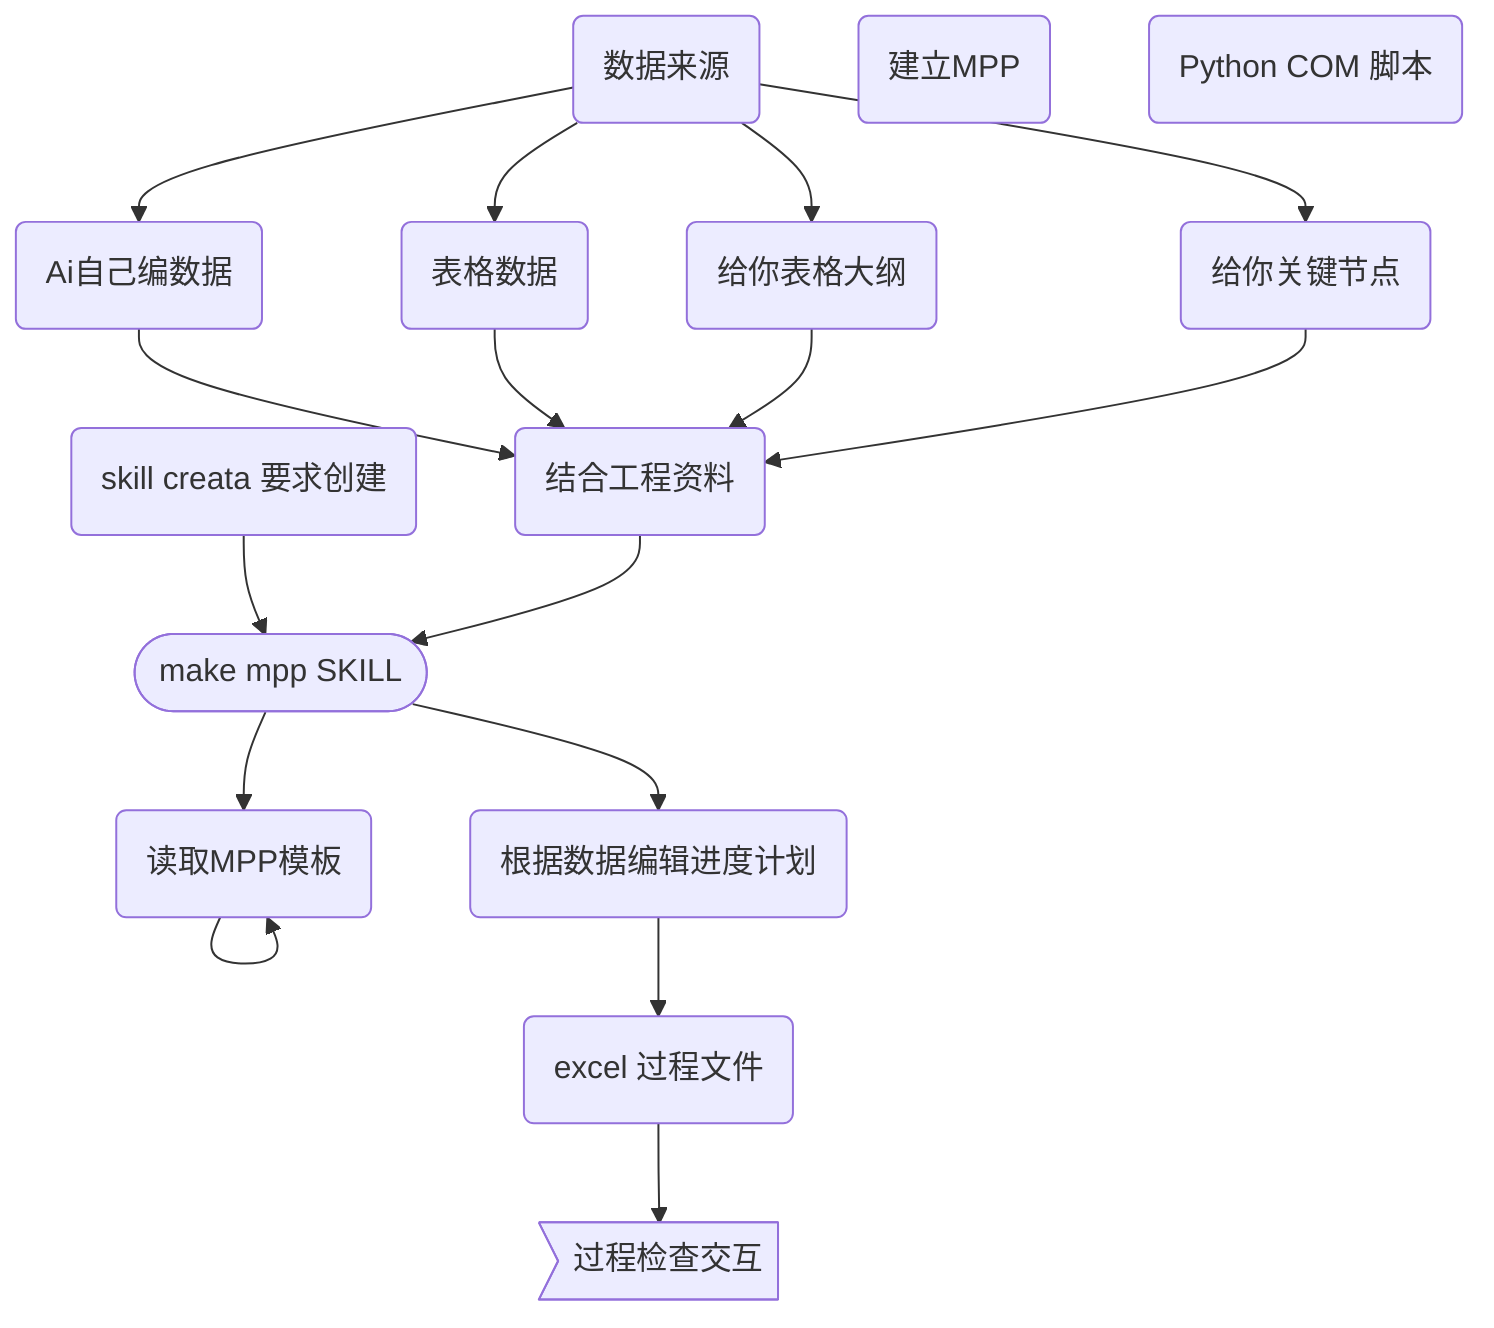
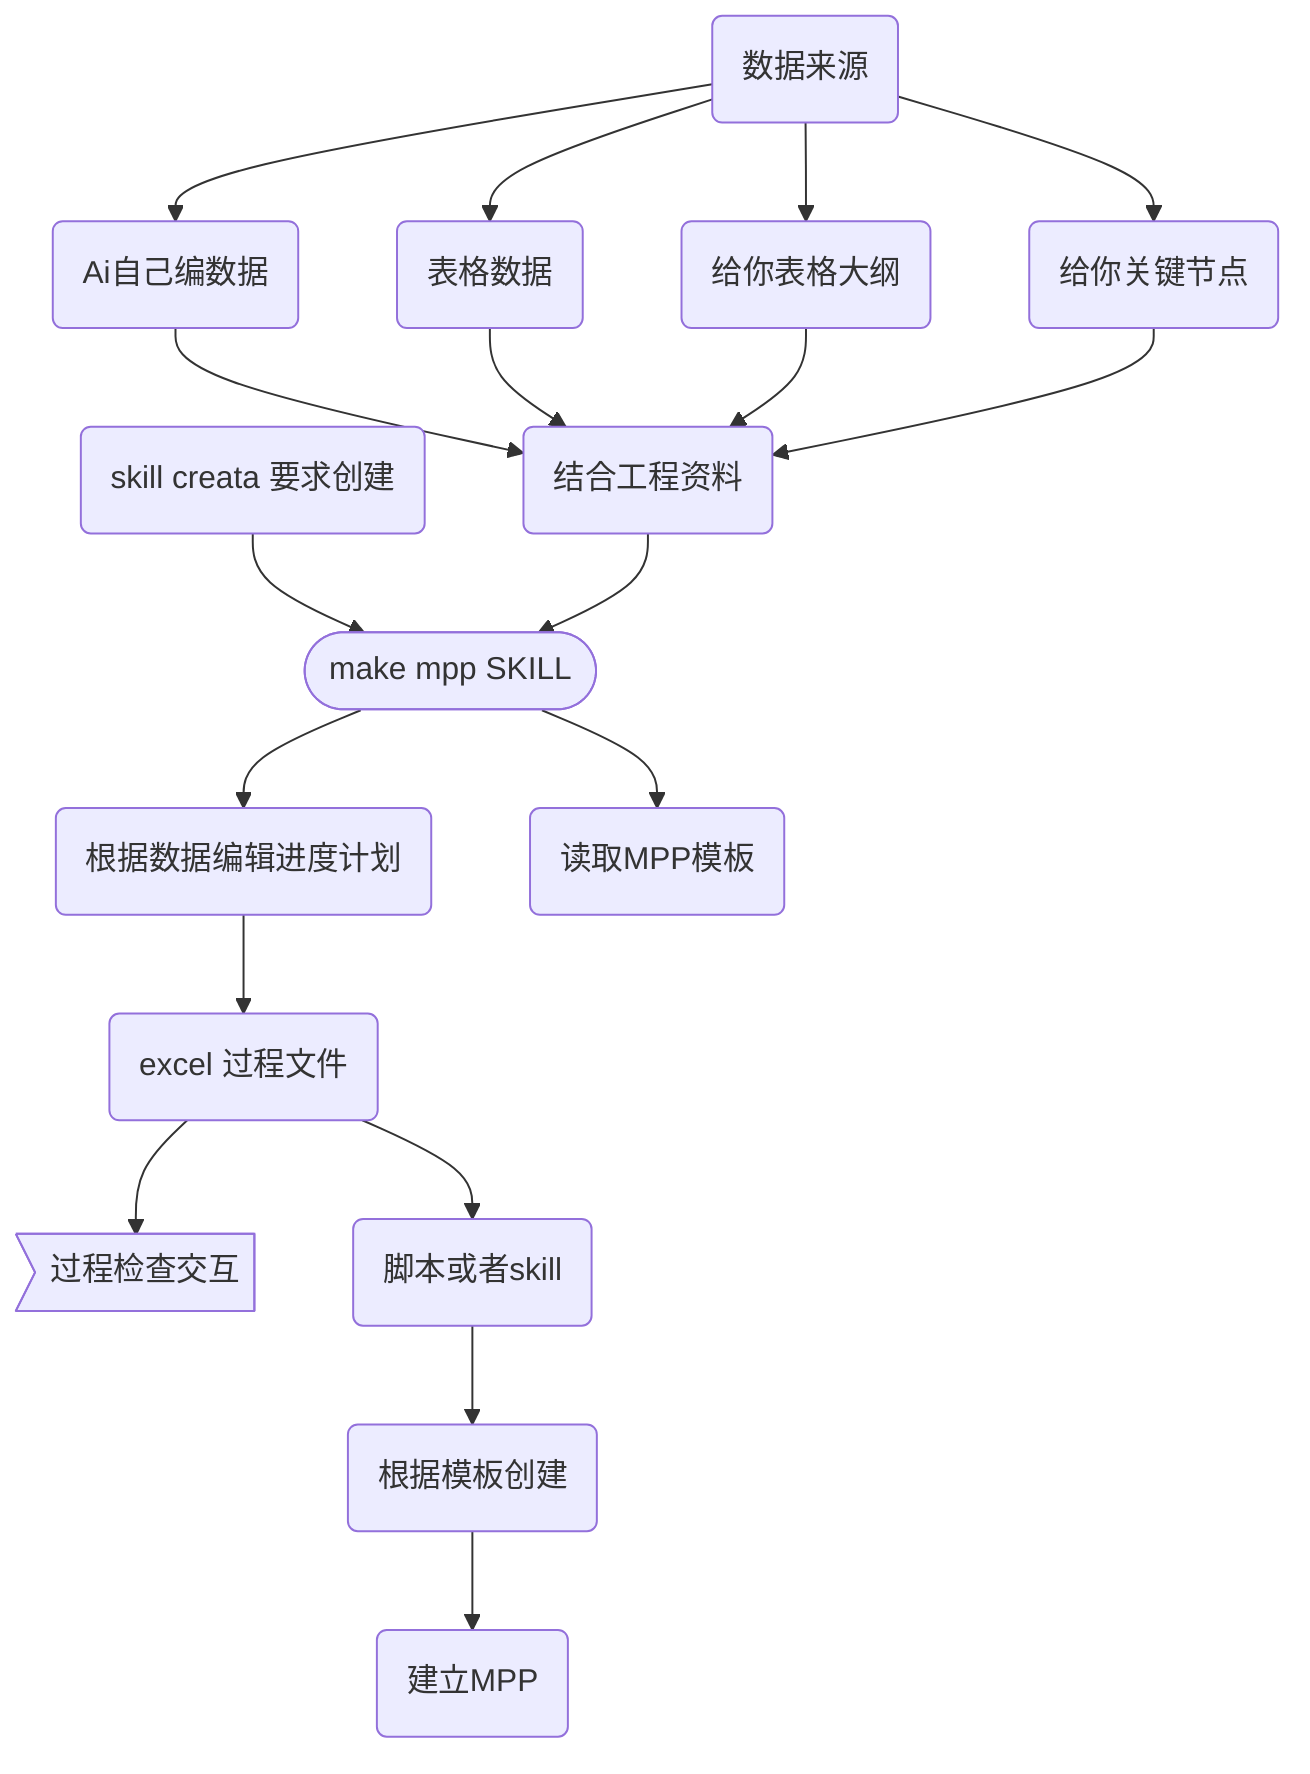
flowchart TD
  n_0(["make mpp SKILL"])
  n_1("数据来源")
  n_2("skill  creata 要求创建")
  n_3("Ai自己编数据")
  n_4("表格数据")
  n_5("建立MPP")
-   n_6("读取MPP模板")
-   n_7("给你表格大纲")
-   n_8("给你关键节点")
-   n_9("结合工程资料")
-   n_10("excel 过程文件")
-   n_11("根据数据编辑进度计划")
-   n_12>"过程检查交互"]
-   n_13("Python COM 脚本")
+   n_6("给你表格大纲")
+   n_7("给你关键节点")
+   n_8("结合工程资料")
+   n_9("excel 过程文件")
+   n_10("根据数据编辑进度计划")
+   n_11>"过程检查交互"]
+   n_12("脚本或者skill")
+   n_13("读取MPP模板")
+   n_14("根据模板创建")
  n_2 --> n_0
-   n_0 --> n_6
  n_1 --> n_3
  n_1 --> n_4
+   n_1 --> n_6
  n_1 --> n_7
-   n_1 --> n_8
-   n_3 --> n_9
-   n_4 --> n_9
-   n_7 --> n_9
-   n_8 --> n_9
-   n_9 --> n_0
-   n_0 --> n_11
-   n_11 --> n_10
-   n_10 --> n_12
-   n_6 --> n_6
+   n_3 --> n_8
+   n_4 --> n_8
+   n_6 --> n_8
+   n_7 --> n_8
+   n_8 --> n_0
+   n_0 --> n_10
+   n_10 --> n_9
+   n_9 --> n_11
+   n_0 --> n_13
+   n_9 --> n_12
+   n_12 --> n_14
+   n_14 --> n_5
